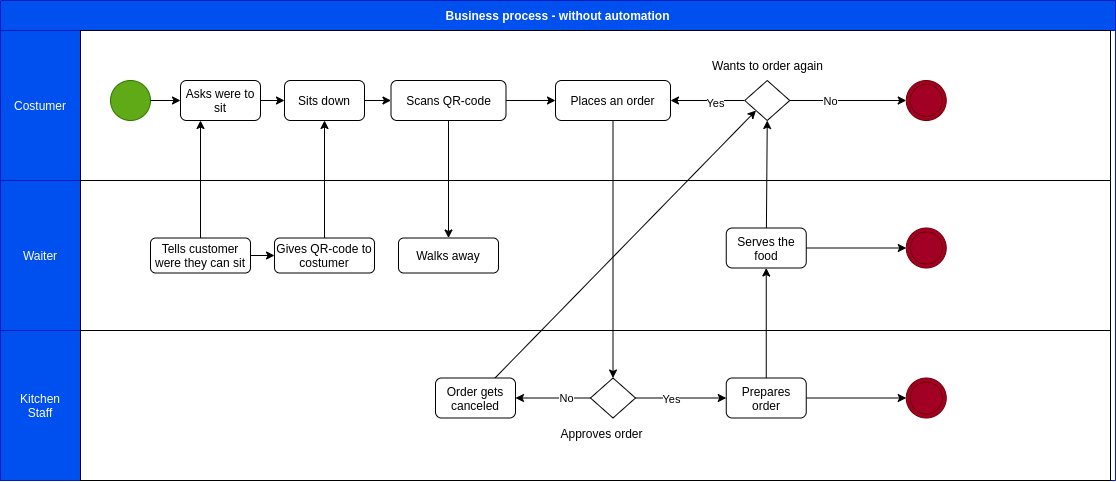
FHICT-S-Koen/portfolio keeps this draw.io diagram as assets/business-process-with.png. Above is the earlier version. Source tidied: cells renumbered, new cells last; positions are measured from the earlier drawing's top-left corner, leaving out a move shared by most shapes. Its diagram source:
```xml
<mxGraphModel>
  <root>
    <mxCell id="0" />
    <mxCell id="1" parent="0" />
    <mxCell id="2" value="Business process - without automation" style="swimlane;startSize=30;fillColor=#0050ef;fontColor=#ffffff;strokeColor=#001DBC;" parent="1" vertex="1">
      <mxGeometry width="1115" height="480" as="geometry" />
    </mxCell>
    <mxCell id="3" value="Costumer" style="rounded=0;whiteSpace=wrap;html=1;fillColor=#0050ef;fontColor=#ffffff;strokeColor=#001DBC;" parent="2" vertex="1">
      <mxGeometry y="30" width="80" height="150" as="geometry" />
    </mxCell>
    <mxCell id="4" value="Waiter" style="rounded=0;whiteSpace=wrap;html=1;fillColor=#0050ef;fontColor=#ffffff;strokeColor=#001DBC;" parent="2" vertex="1">
      <mxGeometry y="180" width="80" height="150" as="geometry" />
    </mxCell>
    <mxCell id="5" value="Kitchen&lt;br&gt;Staff" style="rounded=0;whiteSpace=wrap;html=1;fillColor=#0050ef;fontColor=#ffffff;strokeColor=#001DBC;" parent="2" vertex="1">
      <mxGeometry y="330" width="80" height="150" as="geometry" />
    </mxCell>
    <mxCell id="6" style="rounded=0;whiteSpace=wrap;html=1;" parent="2" vertex="1">
      <mxGeometry x="80" y="30" width="1030" height="150" as="geometry" />
    </mxCell>
    <mxCell id="7" style="ellipse;whiteSpace=wrap;html=1;fillColor=#60a917;fontColor=#ffffff;strokeColor=#2D7600;" parent="2" vertex="1">
      <mxGeometry x="110" y="80" width="40" height="40" as="geometry" />
    </mxCell>
    <mxCell id="8" style="edgeStyle=none;html=1;entryX=0;entryY=0.5;entryDx=0;entryDy=0;" parent="2" edge="1" source="9" target="12">
      <mxGeometry relative="1" as="geometry" />
    </mxCell>
    <mxCell id="9" value="Asks were to sit" style="rounded=1;whiteSpace=wrap;html=1;" parent="2" vertex="1">
      <mxGeometry x="180" y="80" width="80" height="40" as="geometry" />
    </mxCell>
    <mxCell id="10" style="edgeStyle=none;html=1;entryX=0;entryY=0.5;entryDx=0;entryDy=0;" parent="2" edge="1" source="7" target="9">
      <mxGeometry relative="1" as="geometry" />
    </mxCell>
    <mxCell id="11" style="edgeStyle=none;html=1;" parent="2" edge="1" source="12" target="41">
      <mxGeometry relative="1" as="geometry" />
    </mxCell>
    <mxCell id="12" value="Sits down" style="rounded=1;whiteSpace=wrap;html=1;" parent="2" vertex="1">
      <mxGeometry x="284" y="80" width="80" height="40" as="geometry" />
    </mxCell>
    <mxCell id="13" style="rounded=0;whiteSpace=wrap;html=1;" parent="2" vertex="1">
      <mxGeometry x="80" y="180" width="1030" height="150" as="geometry" />
    </mxCell>
    <mxCell id="14" style="rounded=0;whiteSpace=wrap;html=1;" parent="2" vertex="1">
      <mxGeometry x="80" y="330" width="1030" height="150" as="geometry" />
    </mxCell>
    <mxCell id="15" style="edgeStyle=none;html=1;entryX=0;entryY=0.5;entryDx=0;entryDy=0;" parent="2" edge="1" source="19" target="21">
      <mxGeometry relative="1" as="geometry" />
    </mxCell>
    <mxCell id="16" value="No" style="edgeLabel;html=1;align=center;verticalAlign=middle;" parent="15" vertex="1">
      <mxGeometry x="-0.31" relative="1" as="geometry" />
    </mxCell>
    <mxCell id="17" style="edgeStyle=none;html=1;entryX=1;entryY=0.5;entryDx=0;entryDy=0;" parent="2" edge="1" source="19" target="48">
      <mxGeometry relative="1" as="geometry" />
    </mxCell>
    <mxCell id="18" value="Yes" style="edgeLabel;html=1;align=center;verticalAlign=middle;" parent="17" vertex="1">
      <mxGeometry x="-0.19" y="2" relative="1" as="geometry" />
    </mxCell>
    <mxCell id="19" style="rhombus;whiteSpace=wrap;html=1;" parent="2" vertex="1">
      <mxGeometry x="744.2" y="80" width="45" height="40" as="geometry" />
    </mxCell>
    <mxCell id="20" value="Wants to order again" style="text;html=1;strokeColor=none;fillColor=none;align=center;verticalAlign=middle;whiteSpace=wrap;rounded=0;" parent="2" vertex="1">
      <mxGeometry x="710.5" y="50" width="112.5" height="30" as="geometry" />
    </mxCell>
    <mxCell id="21" style="ellipse;shape=doubleEllipse;whiteSpace=wrap;html=1;fillColor=#a20025;fontColor=#ffffff;strokeColor=#6F0000;" parent="2" vertex="1">
      <mxGeometry x="905.8" y="80" width="40" height="40" as="geometry" />
    </mxCell>
    <mxCell id="22" style="edgeStyle=none;html=1;" parent="2" edge="1" source="26" target="32">
      <mxGeometry relative="1" as="geometry" />
    </mxCell>
    <mxCell id="23" value="Yes" style="edgeLabel;html=1;align=center;verticalAlign=middle;" parent="22" vertex="1">
      <mxGeometry x="-0.22" y="-1" relative="1" as="geometry" />
    </mxCell>
    <mxCell id="24" style="edgeStyle=none;html=1;entryX=1;entryY=0.5;entryDx=0;entryDy=0;" parent="2" edge="1" source="26" target="46">
      <mxGeometry relative="1" as="geometry" />
    </mxCell>
    <mxCell id="25" value="No" style="edgeLabel;html=1;align=center;verticalAlign=middle;" parent="24" vertex="1">
      <mxGeometry x="-0.35" relative="1" as="geometry" />
    </mxCell>
    <mxCell id="26" style="rhombus;whiteSpace=wrap;html=1;" parent="2" vertex="1">
      <mxGeometry x="590" y="377.5" width="45" height="40" as="geometry" />
    </mxCell>
    <mxCell id="27" style="ellipse;shape=doubleEllipse;whiteSpace=wrap;html=1;fillColor=#a20025;fontColor=#ffffff;strokeColor=#6F0000;" parent="2" vertex="1">
      <mxGeometry x="905.8" y="227.5" width="40" height="40" as="geometry" />
    </mxCell>
    <mxCell id="28" style="ellipse;shape=doubleEllipse;whiteSpace=wrap;html=1;fillColor=#a20025;fontColor=#ffffff;strokeColor=#6F0000;" parent="2" vertex="1">
      <mxGeometry x="905.8" y="377.5" width="40" height="40" as="geometry" />
    </mxCell>
    <mxCell id="29" value="Approves order" style="text;html=1;strokeColor=none;fillColor=none;align=center;verticalAlign=middle;whiteSpace=wrap;rounded=0;" parent="2" vertex="1">
      <mxGeometry x="545" y="417.5" width="112.5" height="30" as="geometry" />
    </mxCell>
    <mxCell id="30" style="edgeStyle=none;html=1;entryX=0;entryY=0.5;entryDx=0;entryDy=0;" parent="2" edge="1" source="32" target="28">
      <mxGeometry relative="1" as="geometry" />
    </mxCell>
    <mxCell id="31" style="edgeStyle=none;html=1;entryX=0.5;entryY=1;entryDx=0;entryDy=0;" parent="2" edge="1" source="32" target="35">
      <mxGeometry relative="1" as="geometry" />
    </mxCell>
    <mxCell id="32" value="Prepares order" style="rounded=1;whiteSpace=wrap;html=1;" parent="2" vertex="1">
      <mxGeometry x="725.8" y="377.5" width="80" height="40" as="geometry" />
    </mxCell>
    <mxCell id="33" style="edgeStyle=none;html=1;entryX=0;entryY=0.5;entryDx=0;entryDy=0;" parent="2" edge="1" source="35" target="27">
      <mxGeometry relative="1" as="geometry" />
    </mxCell>
    <mxCell id="34" style="edgeStyle=none;html=1;entryX=0.5;entryY=1;entryDx=0;entryDy=0;" parent="2" edge="1" source="35" target="19">
      <mxGeometry relative="1" as="geometry" />
    </mxCell>
    <mxCell id="35" value="Serves the food" style="rounded=1;whiteSpace=wrap;html=1;" parent="2" vertex="1">
      <mxGeometry x="725.8" y="227.5" width="80" height="40" as="geometry" />
    </mxCell>
    <mxCell id="36" style="edgeStyle=none;html=1;entryX=0;entryY=0.5;entryDx=0;entryDy=0;" parent="2" edge="1" source="38" target="43">
      <mxGeometry relative="1" as="geometry" />
    </mxCell>
    <mxCell id="37" style="edgeStyle=none;html=1;entryX=0.25;entryY=1;entryDx=0;entryDy=0;" parent="2" edge="1" source="38" target="9">
      <mxGeometry relative="1" as="geometry" />
    </mxCell>
    <mxCell id="38" value="Tells customer were they can sit" style="rounded=1;whiteSpace=wrap;html=1;" parent="2" vertex="1">
      <mxGeometry x="150" y="237.5" width="100" height="35" as="geometry" />
    </mxCell>
    <mxCell id="39" style="edgeStyle=none;html=1;" parent="2" edge="1" source="41" target="44">
      <mxGeometry relative="1" as="geometry" />
    </mxCell>
    <mxCell id="40" style="edgeStyle=none;html=1;entryX=0;entryY=0.5;entryDx=0;entryDy=0;" parent="2" edge="1" source="41" target="48">
      <mxGeometry relative="1" as="geometry" />
    </mxCell>
    <mxCell id="41" value="Scans QR-code" style="rounded=1;whiteSpace=wrap;html=1;" parent="2" vertex="1">
      <mxGeometry x="390.5" y="80" width="115" height="40" as="geometry" />
    </mxCell>
    <mxCell id="42" style="edgeStyle=none;html=1;entryX=0.5;entryY=1;entryDx=0;entryDy=0;" parent="2" edge="1" source="43" target="12">
      <mxGeometry relative="1" as="geometry" />
    </mxCell>
    <mxCell id="43" value="Gives QR-code to costumer" style="rounded=1;whiteSpace=wrap;html=1;" parent="2" vertex="1">
      <mxGeometry x="274" y="237.5" width="100" height="35" as="geometry" />
    </mxCell>
    <mxCell id="44" value="Walks away" style="rounded=1;whiteSpace=wrap;html=1;" parent="2" vertex="1">
      <mxGeometry x="398" y="237.5" width="100" height="35" as="geometry" />
    </mxCell>
    <mxCell id="45" style="edgeStyle=none;html=1;entryX=0;entryY=1;entryDx=0;entryDy=0;" parent="2" edge="1" source="46" target="19">
      <mxGeometry relative="1" as="geometry" />
    </mxCell>
    <mxCell id="46" value="Order gets canceled" style="rounded=1;whiteSpace=wrap;html=1;" parent="2" vertex="1">
      <mxGeometry x="435" y="377.5" width="80" height="40" as="geometry" />
    </mxCell>
    <mxCell id="47" style="edgeStyle=none;html=1;entryX=0.5;entryY=0;entryDx=0;entryDy=0;" parent="2" edge="1" source="48" target="26">
      <mxGeometry relative="1" as="geometry" />
    </mxCell>
    <mxCell id="48" value="Places an order" style="rounded=1;whiteSpace=wrap;html=1;" parent="2" vertex="1">
      <mxGeometry x="555" y="80" width="115" height="40" as="geometry" />
    </mxCell>
  </root>
</mxGraphModel>
```
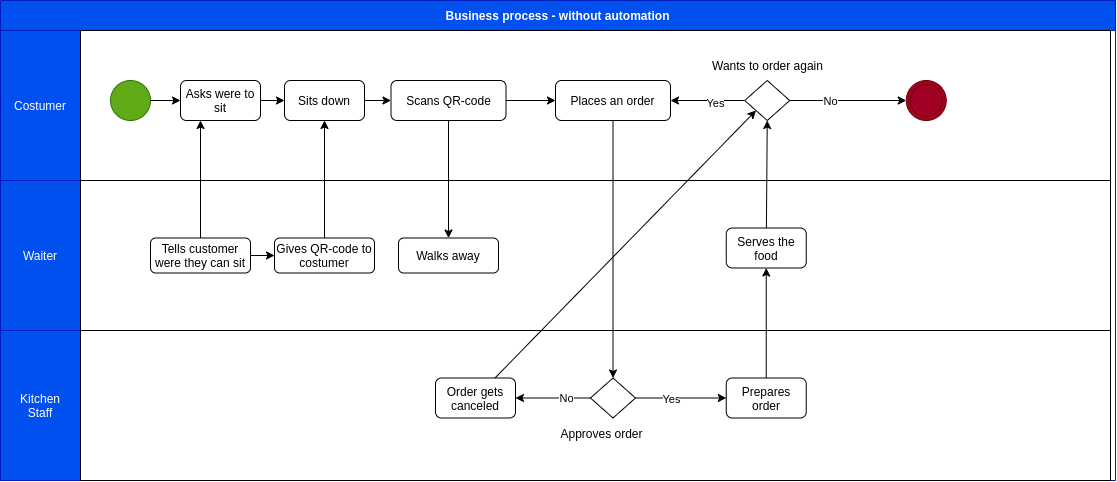
Above is the later version.

Commit message:
Removed unnecessary sequence endings

What changed in the source:
```diff
@@ -77,27 +77,15 @@
     <mxCell id="26" style="rhombus;whiteSpace=wrap;html=1;" parent="2" vertex="1">
       <mxGeometry x="590" y="377.5" width="45" height="40" as="geometry" />
     </mxCell>
-    <mxCell id="27" style="ellipse;shape=doubleEllipse;whiteSpace=wrap;html=1;fillColor=#a20025;fontColor=#ffffff;strokeColor=#6F0000;" parent="2" vertex="1">
-      <mxGeometry x="905.8" y="227.5" width="40" height="40" as="geometry" />
-    </mxCell>
-    <mxCell id="28" style="ellipse;shape=doubleEllipse;whiteSpace=wrap;html=1;fillColor=#a20025;fontColor=#ffffff;strokeColor=#6F0000;" parent="2" vertex="1">
-      <mxGeometry x="905.8" y="377.5" width="40" height="40" as="geometry" />
-    </mxCell>
     <mxCell id="29" value="Approves order" style="text;html=1;strokeColor=none;fillColor=none;align=center;verticalAlign=middle;whiteSpace=wrap;rounded=0;" parent="2" vertex="1">
       <mxGeometry x="545" y="417.5" width="112.5" height="30" as="geometry" />
     </mxCell>
-    <mxCell id="30" style="edgeStyle=none;html=1;entryX=0;entryY=0.5;entryDx=0;entryDy=0;" parent="2" edge="1" source="32" target="28">
-      <mxGeometry relative="1" as="geometry" />
-    </mxCell>
     <mxCell id="31" style="edgeStyle=none;html=1;entryX=0.5;entryY=1;entryDx=0;entryDy=0;" parent="2" edge="1" source="32" target="35">
       <mxGeometry relative="1" as="geometry" />
     </mxCell>
     <mxCell id="32" value="Prepares order" style="rounded=1;whiteSpace=wrap;html=1;" parent="2" vertex="1">
       <mxGeometry x="725.8" y="377.5" width="80" height="40" as="geometry" />
     </mxCell>
-    <mxCell id="33" style="edgeStyle=none;html=1;entryX=0;entryY=0.5;entryDx=0;entryDy=0;" parent="2" edge="1" source="35" target="27">
-      <mxGeometry relative="1" as="geometry" />
-    </mxCell>
     <mxCell id="34" style="edgeStyle=none;html=1;entryX=0.5;entryY=1;entryDx=0;entryDy=0;" parent="2" edge="1" source="35" target="19">
       <mxGeometry relative="1" as="geometry" />
     </mxCell>
```
